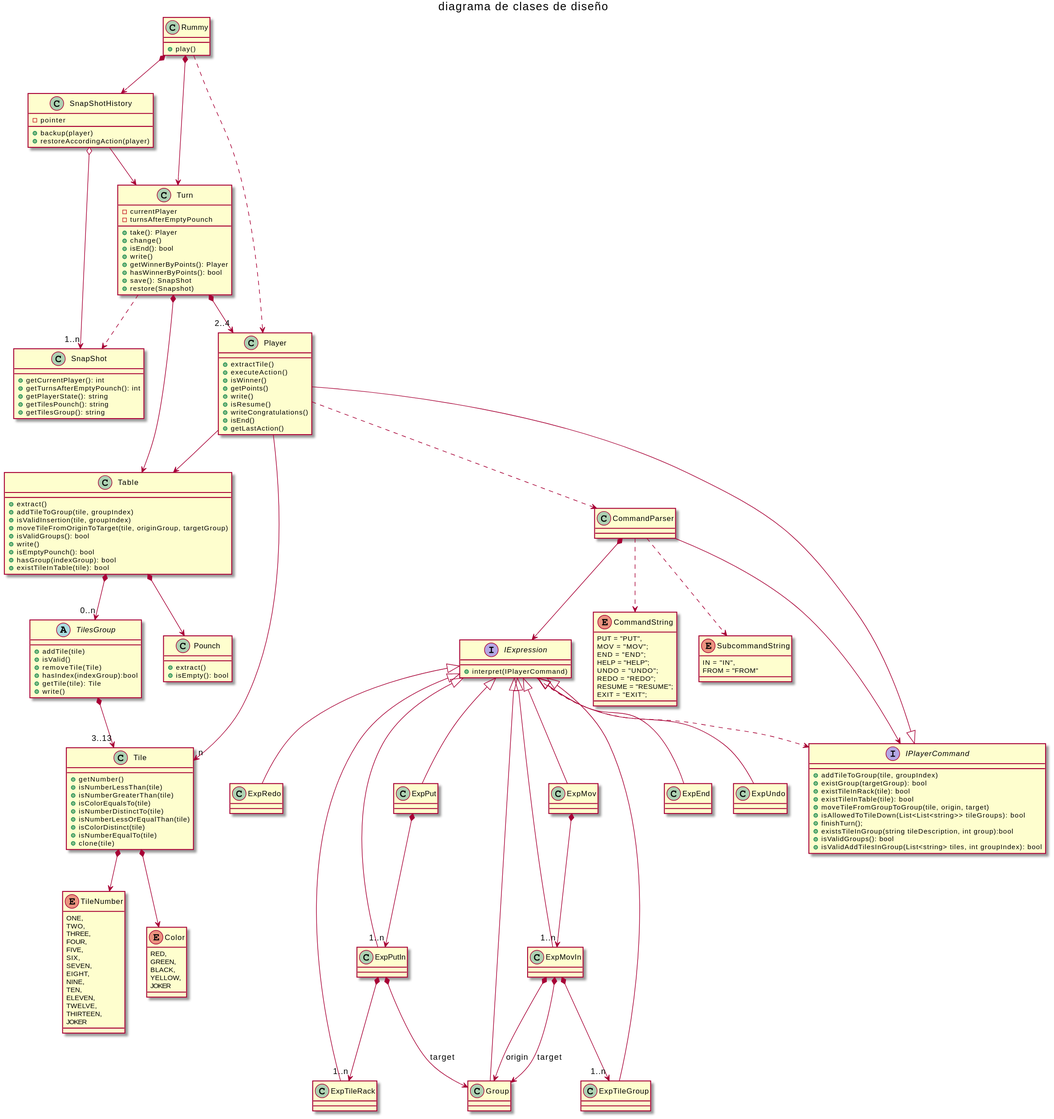
The PlantUML diagram diagrama_clases_disenio.svg in USantaTecla-game-rummikub/cSharp, before a commit.
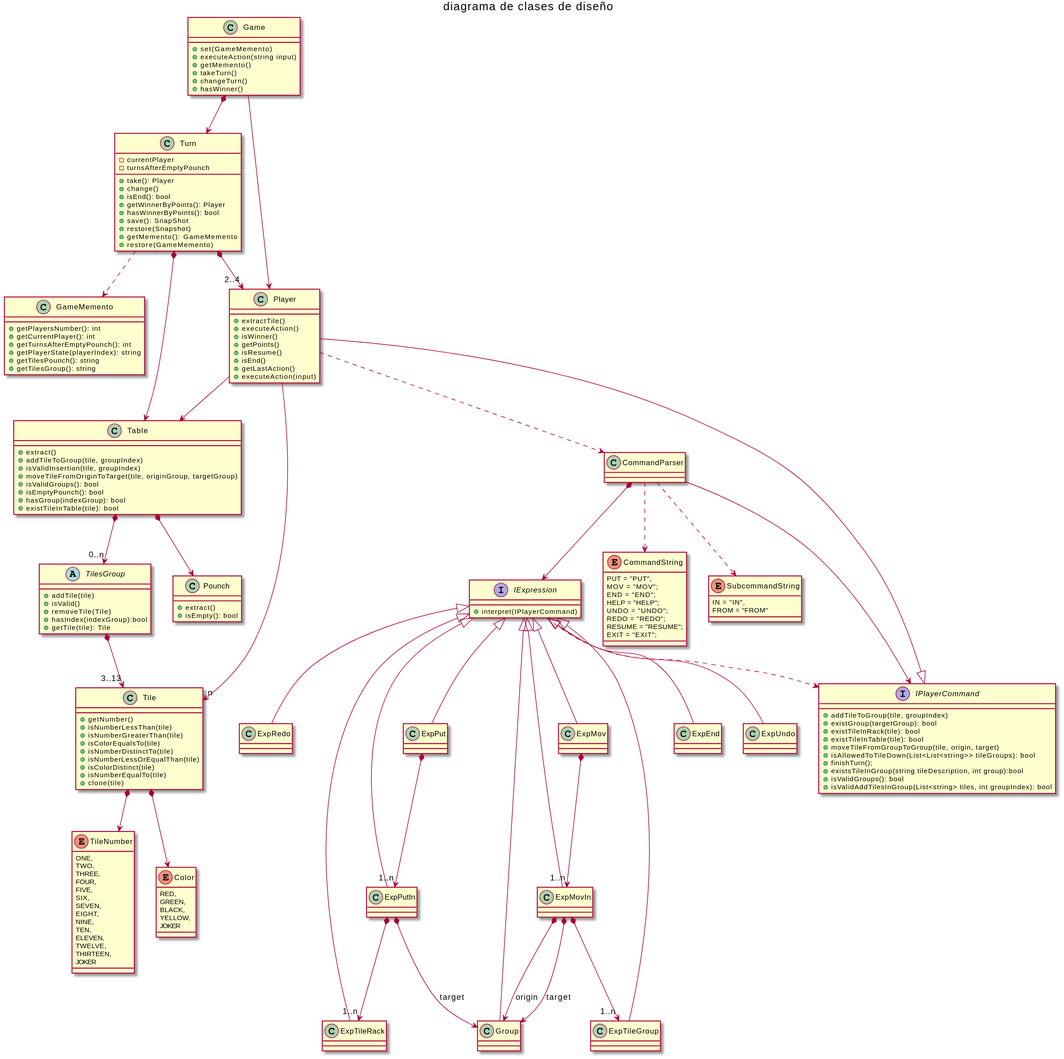
After the commit.

Commit message:
Implementación de la arquitectura Modelo-Vista-Controlador en la que la vista conoce al controlador

Change to the diagram source:
```diff
@@ -1,12 +1,19 @@
 @startuml
 title diagrama de clases de diseño
 
-class Rummy {
-  +play()
+
+
+class Game {
+  +set(GameMemento)
+  +executeAction(string input)
+  +getMemento()
+  +takeTurn()
+  +changeTurn()
+  +hasWinner()
 }
 
-Rummy *--> SnapShotHistory
-Rummy *--> Turn
+
+Game *--> Turn
 Turn *--> Table
 Turn *--> "2..4" Player
 Table *--> Pounch
@@ -14,7 +21,7 @@
 Player --> Table
 Player --> "n" Tile
 
-Rummy ..> Player
+Game --> Player
 
 class Turn {
    -currentPlayer
@@ -22,13 +29,15 @@
    +take(): Player
    +change()
    +isEnd(): bool
-   +write()
    +getWinnerByPoints(): Player
    +hasWinnerByPoints(): bool
    +save(): SnapShot
    +restore(Snapshot)
+   +getMemento(): GameMemento
+   +restore(GameMemento)
+}
 
-}
+Turn ..> GameMemento
 
 class Table {
   +extract()
@@ -36,7 +45,6 @@
   +isValidInsertion(tile, groupIndex)
   +moveTileFromOriginToTarget(tile, originGroup, targetGroup)
   +isValidGroups(): bool
-  +write()
   +isEmptyPounch(): bool
   +hasGroup(indexGroup): bool
   +existTileInTable(tile): bool
@@ -52,11 +60,10 @@
   +executeAction()
   +isWinner()
   +getPoints()
-  +write()
   +isResume()
-  +writeCongratulations()
   +isEnd()
   +getLastAction()
+  +executeAction(input)
 }
 
 abstract class TilesGroup {
@@ -65,7 +72,6 @@
    +removeTile(Tile)
    +hasIndex(indexGroup):bool
    +getTile(tile): Tile
-   +write()
 }
 
 class Tile {
@@ -172,21 +178,12 @@
    FROM = "FROM"
 }
 
-Turn ..> SnapShot
 
-class SnapShotHistory {
-   -pointer
-   +backup(player)
-   +restoreAccordingAction(player)
-}
-
-SnapShotHistory o--> "1..n" SnapShot
-SnapShotHistory --> Turn
-
-class SnapShot {
+class GameMemento {
+  +getPlayersNumber(): int
   +getCurrentPlayer(): int
   +getTurnsAfterEmptyPounch(): int
-  +getPlayerState(): string
+  +getPlayerState(playerIndex): string
   +getTilesPounch(): string
   +getTilesGroup(): string
 }
```
